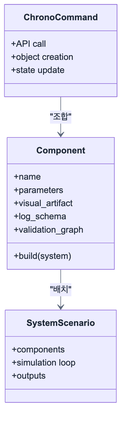
This is 3-layer_report/2.2 Component/images/mermaid_rendered/2_2_mermaid_02.png from Poesy-Lab/Project_Chrono_Practice, a Mermaid export, as it was before one commit. Its source is kept beside it as 3-layer_report/2.2 Component/images/mermaid_rendered/2_2_mermaid_02.mmd. Its diagram source:
```mermaid
classDiagram
    class Component {
      +name
      +parameters
      +build(system)
      +visual_artifact
      +log_schema
      +validation_graph
    }
    class ChronoCommand {
      +API call
      +object creation
      +state update
    }
    class SystemScenario {
      +components
      +simulation loop
      +outputs
    }
    ChronoCommand --> Component : "조합"
    Component --> SystemScenario : "배치"
```
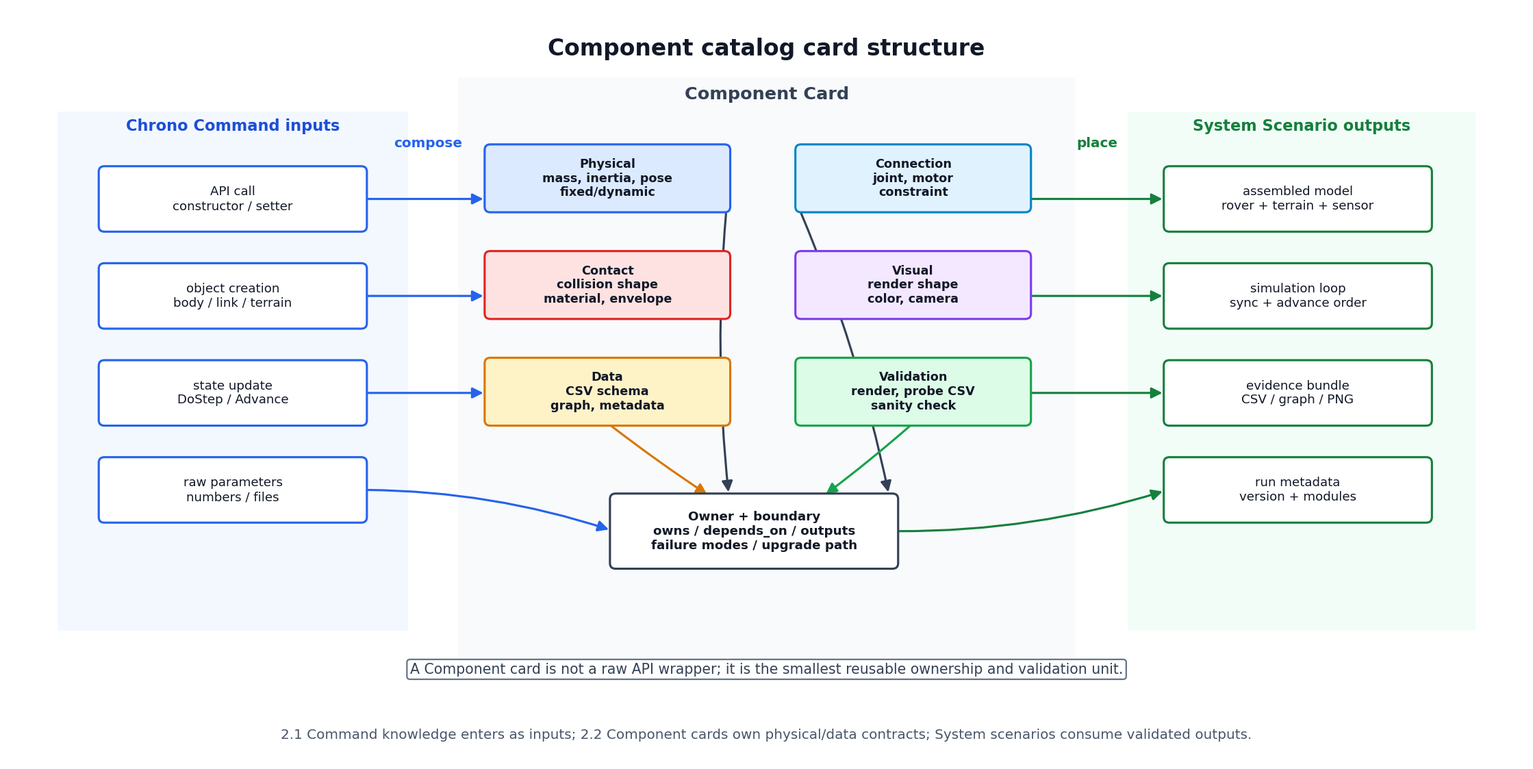
Above is the later version.

The edit, as a diff of the source:
```diff
@@ -1,21 +1,6 @@
-classDiagram
-    class Component {
-      +name
-      +parameters
-      +build(system)
-      +visual_artifact
-      +log_schema
-      +validation_graph
-    }
-    class ChronoCommand {
-      +API call
-      +object creation
-      +state update
-    }
-    class SystemScenario {
-      +components
-      +simulation loop
-      +outputs
-    }
-    ChronoCommand --> Component : "조합"
-    Component --> SystemScenario : "배치"
+flowchart LR
+    Command["Chrono Command inputs<br/>API call<br/>object creation<br/>state update<br/>raw parameters"]
+    Card["Component Card<br/>Physical: mass, inertia, pose, fixed/dynamic<br/>Connection: joint, motor, constraint<br/>Contact: collision shape, material, envelope<br/>Visual: render shape, color, camera/view<br/>Data: CSV schema, graph, metadata<br/>Validation: render, probe CSV, sanity check<br/>Owner: owns, depends_on, outputs, failure modes"]
+    System["System Scenario outputs<br/>assembled model<br/>simulation loop<br/>evidence bundle<br/>run metadata"]
+    Command -->|"조합"| Card
+    Card -->|"배치"| System
```
